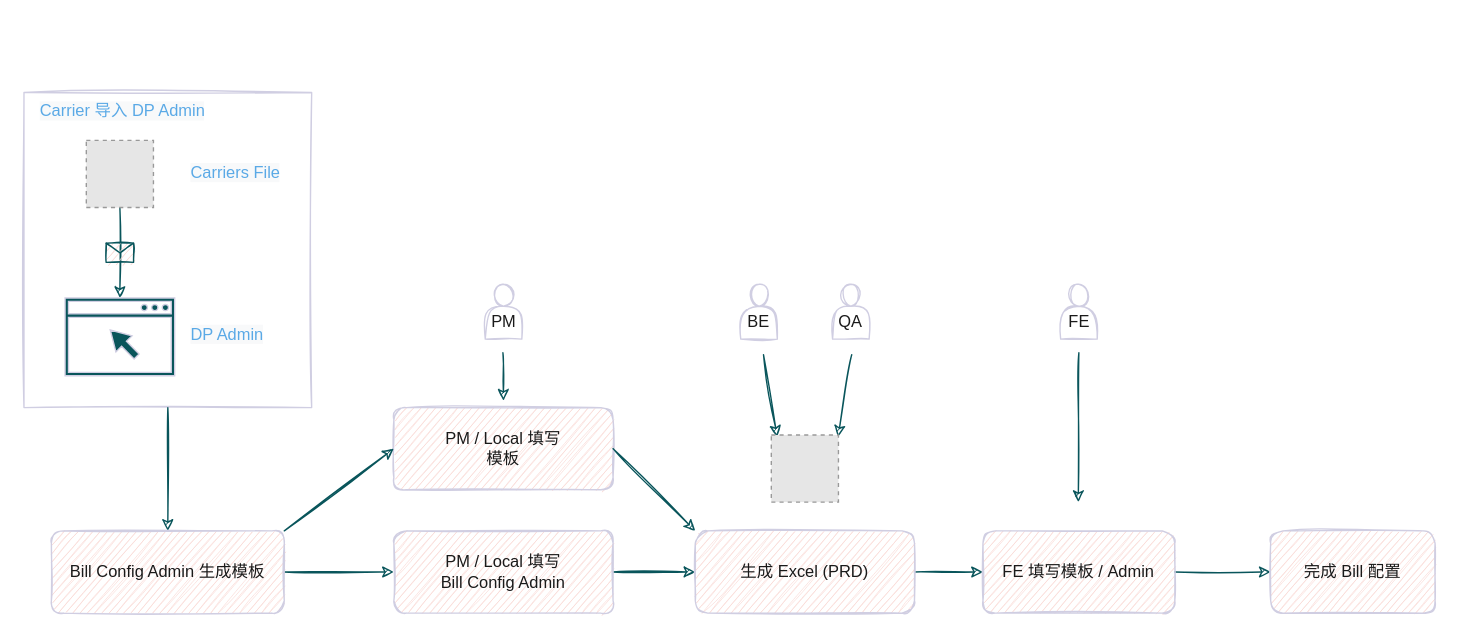
Before: page "Page-1" (1 of 7) of AutoBatchImportView.drawio in Darkindom/draw-the-diagrams, a draw.io diagram. Source tidied: cells renumbered, new cells numbered last; positions are measured from the earlier drawing's top-left corner, leaving out a move shared by most shapes. Both pictures are drawn from the tidied source at 137%, with x=0, y=0 at pixel (23, 92). Pictures stored in the file or linked from it are replaced by grey dashed boxes.
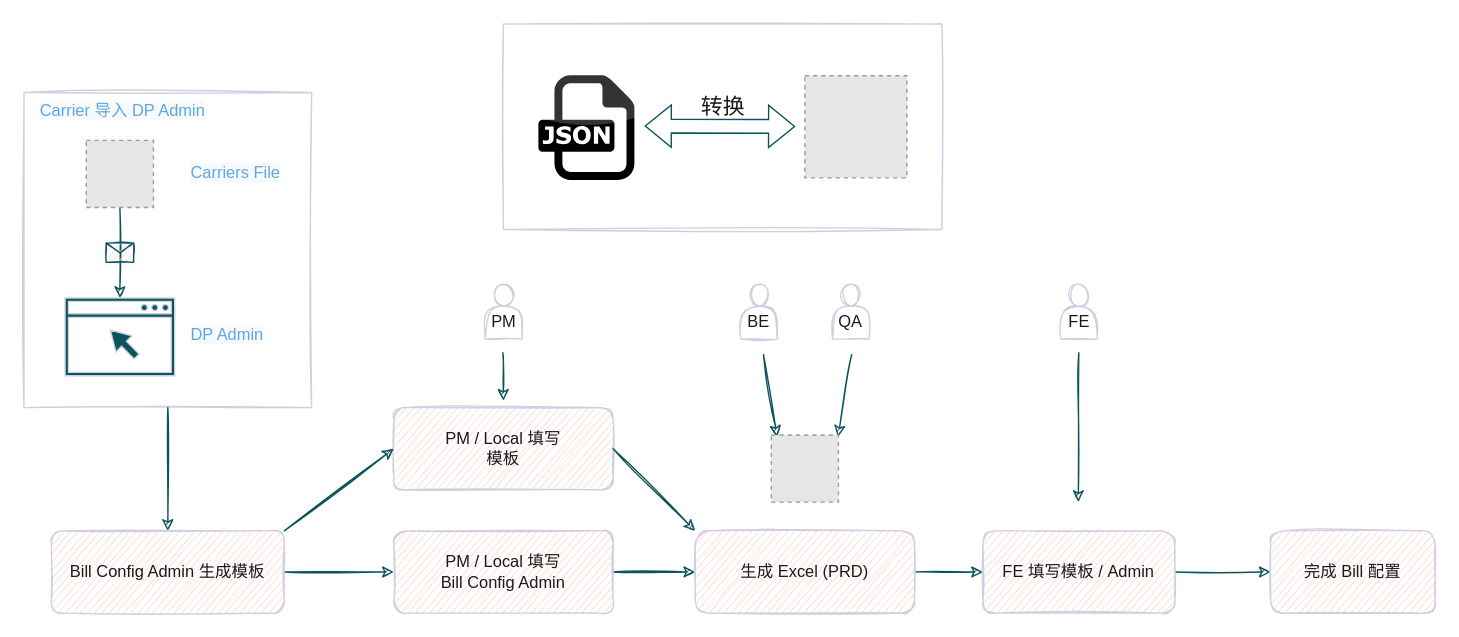
The same page after the edit.

What changed in the source:
```diff
@@
+    <mxCell id="32" style="rounded=0;whiteSpace=wrap;html=1;sketch=1;fontColor=#1A1A1A;strokeColor=#D0CEE2;fillColor=none;" parent="1" vertex="1">
+      <mxGeometry x="350" y="-50" width="320" height="150" as="geometry" />
+    </mxCell>
+    <mxCell id="33" style="fillColor=#E6E6E6;strokeColor=#999999;dashed=1;html=1;verticalAlign=top;verticalLabelPosition=bottom;fontSize=12;fontColor=#1A1A1A;" parent="1" vertex="1">
+      <mxGeometry x="570" y="-12.2" width="74.5" height="74.5" as="geometry" />
+    </mxCell>
+    <mxCell id="34" style="dashed=0;html=1;align=center;labelPosition=center;verticalLabelPosition=bottom;verticalAlign=top;shape=mxgraph.webicons.json;sketch=0;fillColor=none;strokeColor=#D0CEE2;fontColor=#1A1A1A;" parent="1" vertex="1">
+      <mxGeometry x="360" y="-26.2" width="102.4" height="102.4" as="geometry" />
+    </mxCell>
+    <mxCell id="35" style="shape=flexArrow;endArrow=classic;startArrow=classic;html=1;rounded=0;strokeColor=#09555B;fontColor=#1A1A1A;" parent="1" edge="1">
+      <mxGeometry relative="1" as="geometry">
+        <mxPoint x="453" y="24.5" as="sourcePoint" />
+        <mxPoint x="563" y="24.8" as="targetPoint" />
+      </mxGeometry>
+    </mxCell>
+    <mxCell id="36" value="转换" style="text;html=1;align=center;verticalAlign=middle;strokeColor=none;fillColor=none;fontColor=#1A1A1A;fontSize=16;" parent="1" vertex="1">
+      <mxGeometry x="480" y="-5.2" width="60" height="30" as="geometry" />
+    </mxCell>
```
